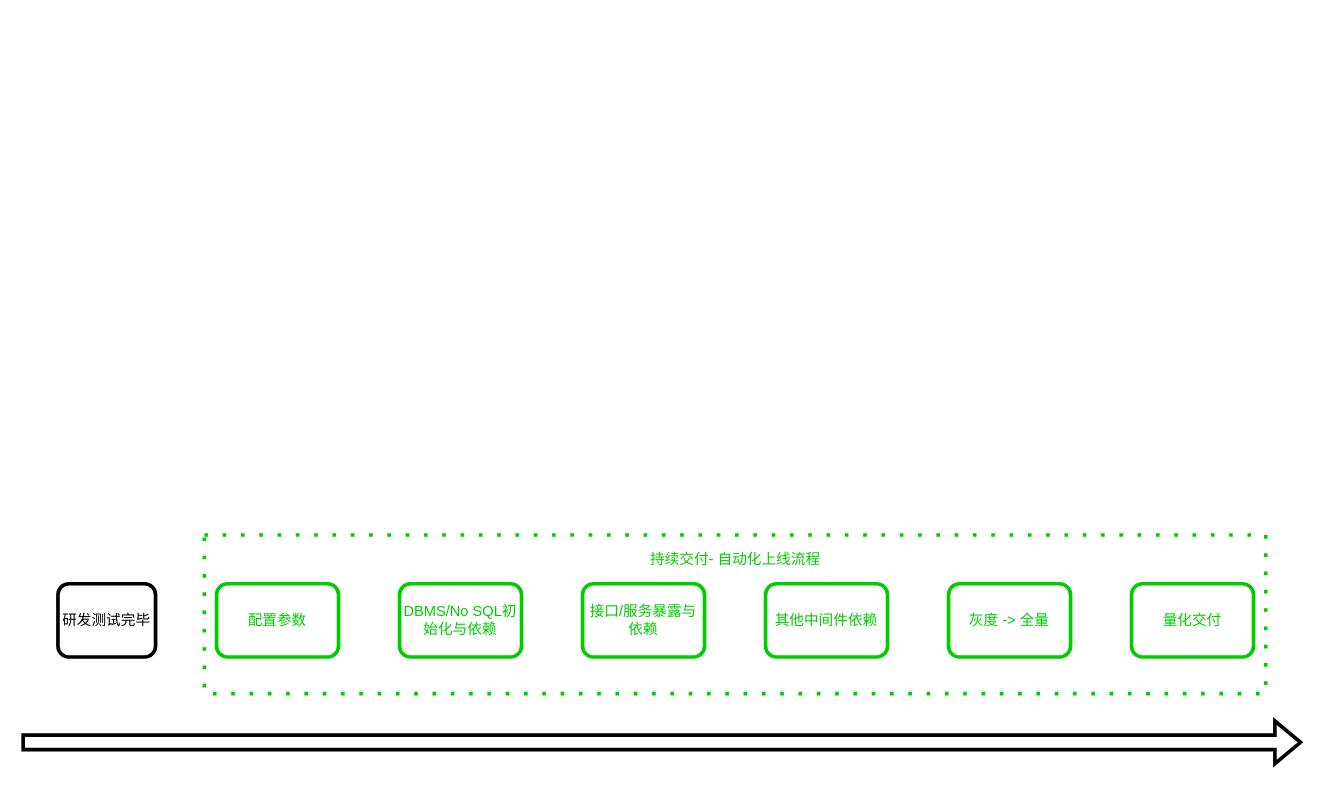
karlchan-cn/drawio-repository keeps this draw.io diagram as universal-engine/continuity_delivery.drawio. Above is the earlier version. Source tidied: cells renumbered, new cells numbered last; positions are measured from the earlier drawing's top-left corner, leaving out a move shared by most shapes. Both pictures are drawn from the tidied source at 122%, with x=0, y=0 at pixel (21, 534).
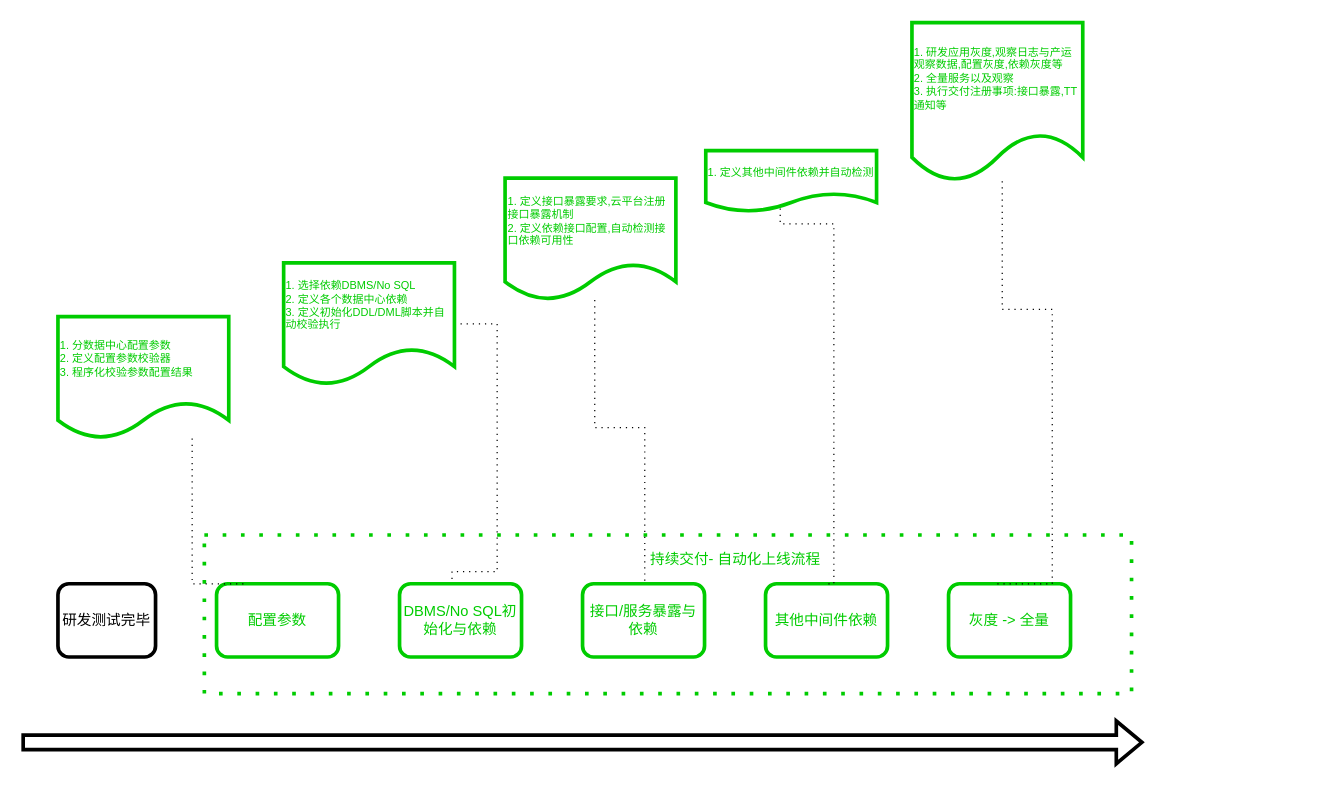
After the change.

Unchanged cells that the change refers to:
```xml
<mxCell id="5" value="配置参数" style="rounded=1;whiteSpace=wrap;html=1;strokeWidth=3;fillColor=none;strokeColor=#00CC00;fontColor=#00CC00;" parent="1" vertex="1">
  <mxGeometry x="160" y="40" width="100" height="60" as="geometry" />
</mxCell>
<mxCell id="7" value="DBMS/No SQL初始化与依赖" style="rounded=1;whiteSpace=wrap;html=1;strokeWidth=3;fillColor=none;strokeColor=#00CC00;fontColor=#00CC00;" parent="1" vertex="1">
  <mxGeometry x="310" y="40" width="100" height="60" as="geometry" />
</mxCell>
<mxCell id="9" value="其他中间件依赖" style="rounded=1;whiteSpace=wrap;html=1;strokeWidth=3;fillColor=none;strokeColor=#00CC00;fontColor=#00CC00;" parent="1" vertex="1">
  <mxGeometry x="610" y="40" width="100" height="60" as="geometry" />
</mxCell>
<mxCell id="10" value="灰度 -&amp;gt; 全量" style="rounded=1;whiteSpace=wrap;html=1;strokeWidth=3;fillColor=none;strokeColor=#00CC00;fontColor=#00CC00;" parent="1" vertex="1">
  <mxGeometry x="760" y="40" width="100" height="60" as="geometry" />
</mxCell>
```

Diff of the diagram source:
```diff
@@
     <mxCell id="2" style="rounded=0;whiteSpace=wrap;html=1;strokeWidth=3;dashed=1;dashPattern=1 4;fillColor=none;strokeColor=#00CC00;" parent="1" vertex="1">
-      <mxGeometry x="150" width="870" height="130" as="geometry" />
+      <mxGeometry x="150" width="760" height="130" as="geometry" />
     </mxCell>
     <mxCell id="3" style="shape=flexArrow;endArrow=classic;html=1;rounded=0;strokeWidth=3;" parent="1" edge="1">
       <mxGeometry relative="1" as="geometry">
         <mxPoint y="170" as="sourcePoint" />
-        <mxPoint x="1050" y="170" as="targetPoint" />
+        <mxPoint x="920" y="170" as="targetPoint" />
       </mxGeometry>
     </mxCell>
@@
-    <mxCell id="11" value="量化交付" style="rounded=1;whiteSpace=wrap;html=1;strokeWidth=3;fillColor=none;strokeColor=#00CC00;fontColor=#00CC00;" parent="1" vertex="1">
-      <mxGeometry x="910" y="40" width="100" height="60" as="geometry" />
-    </mxCell>
+    <mxCell id="12" style="edgeStyle=orthogonalEdgeStyle;rounded=0;jettySize=auto;html=1;entryX=0.25;entryY=0;entryDx=0;entryDy=0;fontColor=#00CC00;strokeWidth=1;endArrow=none;endFill=0;dashed=1;dashPattern=1 4;" parent="1" edge="1" source="13" target="5">
+      <mxGeometry relative="1" as="geometry">
+        <Array as="points">
+          <mxPoint x="140" y="40" />
+        </Array>
+      </mxGeometry>
+    </mxCell>
+    <mxCell id="13" value="&lt;font style=&quot;font-size: 9px&quot;&gt;1. 分数据中心配置参数&lt;br style=&quot;font-size: 9px&quot;&gt;2. 定义配置参数校验器&lt;br&gt;3. 程序化校验参数配置结果&lt;br&gt;&lt;/font&gt;" style="shape=document;html=1;boundedLbl=1;fontColor=#00CC00;strokeColor=#00CC00;strokeWidth=3;fillColor=none;align=left;fontSize=9;whiteSpace=wrap;" parent="1" vertex="1">
+      <mxGeometry x="30" y="-179" width="140" height="100" as="geometry" />
+    </mxCell>
+    <mxCell id="14" style="edgeStyle=orthogonalEdgeStyle;rounded=0;jettySize=auto;html=1;entryX=0.43;entryY=-0.017;entryDx=0;entryDy=0;fontColor=#00CC00;strokeWidth=1;endArrow=none;endFill=0;dashed=1;dashPattern=1 4;entryPerimeter=0;" parent="1" edge="1" source="15" target="7">
+      <mxGeometry relative="1" as="geometry">
+        <Array as="points">
+          <mxPoint x="390" y="30" />
+          <mxPoint x="353" y="30" />
+        </Array>
+      </mxGeometry>
+    </mxCell>
+    <mxCell id="15" value="&lt;font style=&quot;font-size: 9px&quot;&gt;1. 选择依赖DBMS/No SQL&lt;br style=&quot;font-size: 9px&quot;&gt;2. 定义各个数据中心依赖&lt;br&gt;3. 定义初始化DDL/DML脚本并自动校验执行&lt;br&gt;&lt;/font&gt;" style="shape=document;html=1;boundedLbl=1;fontColor=#00CC00;strokeColor=#00CC00;strokeWidth=3;fillColor=none;align=left;fontSize=9;whiteSpace=wrap;" parent="1" vertex="1">
+      <mxGeometry x="215" y="-223" width="140" height="100" as="geometry" />
+    </mxCell>
+    <mxCell id="16" value="&lt;font style=&quot;font-size: 9px&quot;&gt;1. 定义接口暴露要求,云平台注册接口暴露机制&lt;br&gt;2. 定义依赖接口配置,自动检测接口依赖可用性&lt;br&gt;&lt;/font&gt;" style="shape=document;html=1;boundedLbl=1;fontColor=#00CC00;strokeColor=#00CC00;strokeWidth=3;fillColor=none;align=left;fontSize=9;whiteSpace=wrap;" parent="1" vertex="1">
+      <mxGeometry x="396.5" y="-292.5" width="140" height="100" as="geometry" />
+    </mxCell>
+    <mxCell id="17" style="edgeStyle=orthogonalEdgeStyle;rounded=0;jettySize=auto;html=1;entryX=0.25;entryY=0;entryDx=0;entryDy=0;fontColor=#00CC00;strokeWidth=1;endArrow=none;endFill=0;dashed=1;dashPattern=1 4;" parent="1" edge="1" source="16">
+      <mxGeometry relative="1" as="geometry">
+        <mxPoint x="511" y="40" as="targetPoint" />
+        <Array as="points">
+          <mxPoint x="470" y="-88" />
+          <mxPoint x="511" y="-88" />
+        </Array>
+      </mxGeometry>
+    </mxCell>
+    <mxCell id="18" style="edgeStyle=orthogonalEdgeStyle;rounded=0;jettySize=auto;html=1;entryX=0.5;entryY=0;entryDx=0;entryDy=0;fontColor=#00CC00;strokeWidth=1;endArrow=none;endFill=0;dashed=1;dashPattern=1 4;exitX=0.436;exitY=0.95;exitDx=0;exitDy=0;exitPerimeter=0;" parent="1" edge="1" source="19" target="9">
+      <mxGeometry relative="1" as="geometry">
+        <Array as="points">
+          <mxPoint x="666" y="-255" />
+          <mxPoint x="666" y="40" />
+        </Array>
+      </mxGeometry>
+    </mxCell>
+    <mxCell id="19" value="&lt;font style=&quot;font-size: 9px&quot;&gt;1. 定义其他中间件依赖并自动检测&lt;br&gt;&lt;/font&gt;" style="shape=document;html=1;boundedLbl=1;fontColor=#00CC00;strokeColor=#00CC00;strokeWidth=3;fillColor=none;align=left;fontSize=9;whiteSpace=wrap;" parent="1" vertex="1">
+      <mxGeometry x="561" y="-315" width="140" height="50" as="geometry" />
+    </mxCell>
+    <mxCell id="20" value="&lt;font style=&quot;font-size: 9px&quot;&gt;1. 研发应用灰度,观察日志与产运观察数据,配置灰度,依赖灰度等&lt;br&gt;2. 全量服务以及观察&lt;br&gt;3. 执行交付注册事项:接口暴露,TT通知等&lt;br&gt;&lt;/font&gt;" style="shape=document;html=1;boundedLbl=1;fontColor=#00CC00;strokeColor=#00CC00;strokeWidth=3;fillColor=none;align=left;fontSize=9;whiteSpace=wrap;" parent="1" vertex="1">
+      <mxGeometry x="730" y="-420" width="140" height="130" as="geometry" />
+    </mxCell>
+    <mxCell id="21" style="edgeStyle=orthogonalEdgeStyle;rounded=0;jettySize=auto;html=1;entryX=0.4;entryY=0;entryDx=0;entryDy=0;fontColor=#00CC00;strokeWidth=1;endArrow=none;endFill=0;dashed=1;dashPattern=1 4;entryPerimeter=0;" parent="1" edge="1" source="20" target="10">
+      <mxGeometry relative="1" as="geometry">
+        <Array as="points">
+          <mxPoint x="804" y="-185" />
+          <mxPoint x="845" y="-185" />
+          <mxPoint x="845" y="40" />
+        </Array>
+      </mxGeometry>
+    </mxCell>
```
